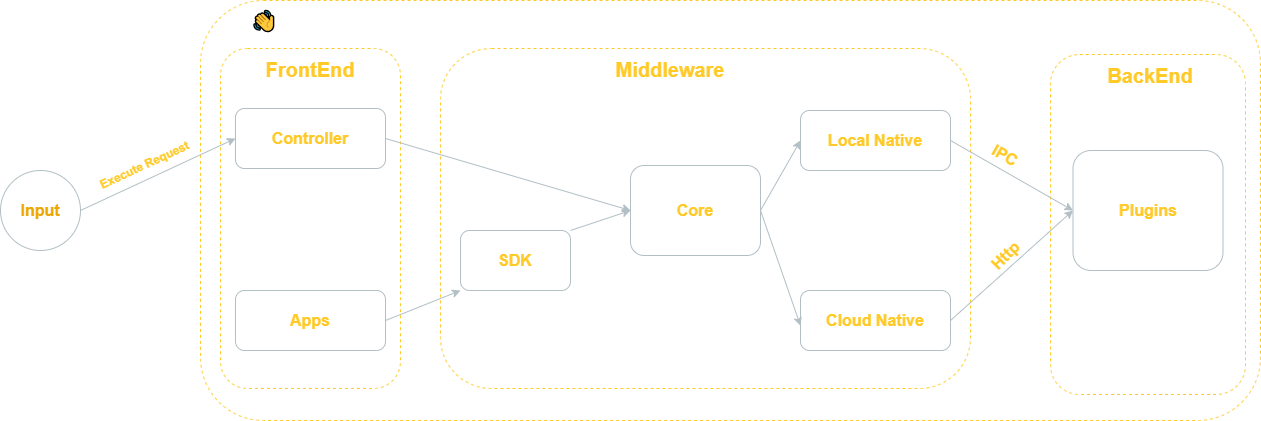
This is docs/docs/developers/img/arch-connection.drawio.png from janhq/jan, a draw.io export, as it was before one commit. Source tidied: cells renumbered, new cells last; positions are measured from the earlier drawing's top-left corner, leaving out a move shared by most shapes.
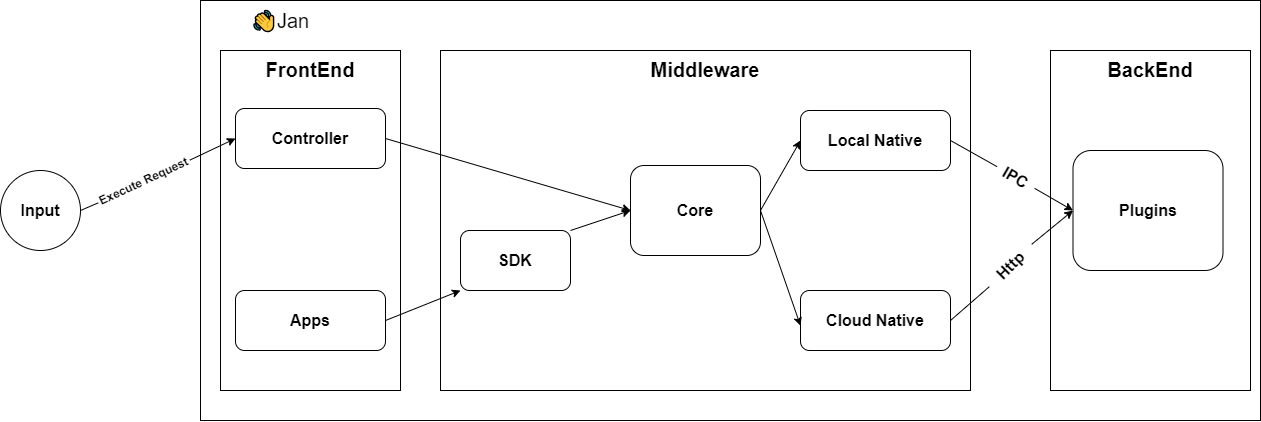
Later version of the same file.

Diff of the diagram source:
```diff
@@ -1,105 +1,114 @@
-<mxGraphModel>
+<mxGraphModel background="#ffffff" shadow="1">
   <root>
     <mxCell id="0" />
     <mxCell id="1" parent="0" />
-    <mxCell id="2" style="rounded=1;whiteSpace=wrap;html=1;fillColor=none;dashed=1;strokeColor=#FFCa28;" parent="1" vertex="1">
-      <mxGeometry x="200" width="1060" height="420" as="geometry" />
-    </mxCell>
-    <mxCell id="3" style="rounded=1;whiteSpace=wrap;html=1;fillColor=none;dashed=1;strokeColor=#FFCa28;" parent="1" vertex="1">
-      <mxGeometry x="220" y="48" width="180" height="340" as="geometry" />
-    </mxCell>
-    <mxCell id="4" style="rounded=1;whiteSpace=wrap;html=1;fillColor=none;dashed=1;strokeColor=#FFCa28;" parent="1" vertex="1">
-      <mxGeometry x="1050" y="54" width="195" height="340" as="geometry" />
-    </mxCell>
-    <mxCell id="5" style="rounded=1;whiteSpace=wrap;html=1;fillColor=none;dashed=1;strokeColor=#FFCa28;" parent="1" vertex="1">
-      <mxGeometry x="440" y="48" width="530" height="340" as="geometry" />
-    </mxCell>
+    <mxCell id="35" style="rounded=0;whiteSpace=wrap;html=1;fillColor=none;strokeColor=#000000;fontColor=#000000;" parent="1" vertex="1">
+      <mxGeometry x="220" y="50" width="180" height="340" as="geometry" />
+    </mxCell>
+    <mxCell id="36" style="rounded=0;whiteSpace=wrap;html=1;fillColor=none;strokeColor=#000000;fontColor=#000000;" parent="1" vertex="1">
+      <mxGeometry x="1050" y="50" width="200" height="340" as="geometry" />
+    </mxCell>
+    <mxCell id="37" style="rounded=0;whiteSpace=wrap;html=1;fillColor=none;strokeColor=#000000;fontColor=#000000;" parent="1" vertex="1">
+      <mxGeometry x="200" width="1060" height="420" as="geometry" />
+    </mxCell>
+    <mxCell id="38" style="rounded=0;whiteSpace=wrap;html=1;fillColor=none;strokeColor=#000000;fontColor=#000000;" parent="1" vertex="1">
+      <mxGeometry x="440" y="50" width="530" height="340" as="geometry" />
+    </mxCell>
-    <mxCell id="6" value="&lt;span style=&quot;font-family: arial, sans-serif; font-size: 20px; text-align: left;&quot;&gt;&lt;font color=&quot;#ffffff&quot; style=&quot;font-size: 20px;&quot;&gt;👋Jan&lt;/font&gt;&lt;/span&gt;" style="text;strokeColor=none;align=center;fillColor=none;html=1;verticalAlign=middle;whiteSpace=wrap;rounded=0;dashed=1;fontColor=#EDA703;labelBackgroundColor=none;fontSize=20;" parent="1" vertex="1">
+    <mxCell id="6" value="&lt;span style=&quot;font-family: arial, sans-serif; font-size: 20px; text-align: left;&quot;&gt;&lt;font style=&quot;font-size: 20px;&quot;&gt;👋Jan&lt;/font&gt;&lt;/span&gt;" style="text;strokeColor=none;align=center;fillColor=none;html=1;verticalAlign=middle;whiteSpace=wrap;rounded=0;dashed=1;fontColor=#000000;labelBackgroundColor=none;fontSize=20;" parent="1" vertex="1">
       <mxGeometry x="240" y="5" width="80" height="30" as="geometry" />
     </mxCell>
-    <mxCell id="7" style="rounded=1;whiteSpace=wrap;html=1;fillColor=none;strokeColor=#B2BFC5;labelBackgroundColor=none;" parent="1" vertex="1">
+    <mxCell id="7" style="rounded=1;whiteSpace=wrap;html=1;fillColor=none;strokeColor=#000000;labelBackgroundColor=none;fontColor=#000000;" parent="1" vertex="1">
       <mxGeometry x="630" y="165" width="130" height="90" as="geometry" />
     </mxCell>
-    <mxCell id="8" value="Core" style="text;html=1;strokeColor=none;fillColor=none;align=center;verticalAlign=middle;whiteSpace=wrap;rounded=0;fontSize=16;fontStyle=1;fontColor=#FFCA28;" parent="7" vertex="1">
+    <mxCell id="8" value="Core" style="text;html=1;strokeColor=none;fillColor=none;align=center;verticalAlign=middle;whiteSpace=wrap;rounded=0;fontSize=16;fontStyle=1;fontColor=#000000;" parent="7" vertex="1">
       <mxGeometry y="29.5" width="130" height="31" as="geometry" />
     </mxCell>
-    <mxCell id="9" style="rounded=1;whiteSpace=wrap;html=1;fillColor=none;strokeColor=#B2BFC5;" parent="1" vertex="1">
+    <mxCell id="9" style="rounded=1;whiteSpace=wrap;html=1;fillColor=none;strokeColor=#000000;fontColor=#000000;" parent="1" vertex="1">
       <mxGeometry x="800" y="110" width="150" height="60" as="geometry" />
     </mxCell>
-    <mxCell id="10" value="Local Native" style="text;html=1;strokeColor=none;fillColor=none;align=center;verticalAlign=middle;whiteSpace=wrap;rounded=0;fontSize=16;fontStyle=1;fontColor=#FFCA28;" parent="9" vertex="1">
+    <mxCell id="10" value="Local Native" style="text;html=1;strokeColor=none;fillColor=none;align=center;verticalAlign=middle;whiteSpace=wrap;rounded=0;fontSize=16;fontStyle=1;fontColor=#000000;" parent="9" vertex="1">
       <mxGeometry y="19.7" width="150" height="20.7" as="geometry" />
     </mxCell>
-    <mxCell id="11" style="rounded=1;whiteSpace=wrap;html=1;fillColor=none;strokeColor=#B2BFC5;" parent="1" vertex="1">
+    <mxCell id="11" style="rounded=1;whiteSpace=wrap;html=1;fillColor=none;strokeColor=#000000;fontColor=#000000;" parent="1" vertex="1">
       <mxGeometry x="800" y="290" width="150" height="60" as="geometry" />
     </mxCell>
-    <mxCell id="12" value="Cloud Native" style="text;html=1;strokeColor=none;fillColor=none;align=center;verticalAlign=middle;whiteSpace=wrap;rounded=0;fontSize=16;fontStyle=1;fontColor=#FFCA28;" parent="11" vertex="1">
+    <mxCell id="12" value="Cloud Native" style="text;html=1;strokeColor=none;fillColor=none;align=center;verticalAlign=middle;whiteSpace=wrap;rounded=0;fontSize=16;fontStyle=1;fontColor=#000000;" parent="11" vertex="1">
       <mxGeometry y="19.7" width="150" height="20.7" as="geometry" />
     </mxCell>
-    <mxCell id="13" style="edgeStyle=none;html=1;exitX=1;exitY=0.5;exitDx=0;exitDy=0;entryX=0;entryY=0.5;entryDx=0;entryDy=0;strokeColor=#B2BFC5;" parent="1" edge="1" source="8" target="10">
+    <mxCell id="13" style="edgeStyle=none;html=1;exitX=1;exitY=0.5;exitDx=0;exitDy=0;entryX=0;entryY=0.5;entryDx=0;entryDy=0;strokeColor=#000000;fontColor=#000000;" parent="1" edge="1" source="8" target="10">
       <mxGeometry relative="1" as="geometry" />
     </mxCell>
-    <mxCell id="14" style="edgeStyle=none;html=1;exitX=1;exitY=0.5;exitDx=0;exitDy=0;entryX=0;entryY=0.75;entryDx=0;entryDy=0;strokeColor=#B2BFC5;" parent="1" edge="1" source="8" target="12">
+    <mxCell id="14" style="edgeStyle=none;html=1;exitX=1;exitY=0.5;exitDx=0;exitDy=0;entryX=0;entryY=0.75;entryDx=0;entryDy=0;strokeColor=#000000;fontColor=#000000;" parent="1" edge="1" source="8" target="12">
       <mxGeometry relative="1" as="geometry" />
     </mxCell>
-    <mxCell id="15" style="rounded=1;whiteSpace=wrap;html=1;fillColor=none;strokeColor=#B2BFC5;" parent="1" vertex="1">
+    <mxCell id="15" style="rounded=1;whiteSpace=wrap;html=1;fillColor=none;strokeColor=#000000;fontColor=#000000;" parent="1" vertex="1">
       <mxGeometry x="1072.5" y="150" width="150" height="120" as="geometry" />
     </mxCell>
-    <mxCell id="16" value="Plugins" style="text;html=1;strokeColor=none;fillColor=none;align=center;verticalAlign=middle;whiteSpace=wrap;rounded=0;fontSize=16;fontStyle=1;fontColor=#FFCA28;" parent="15" vertex="1">
+    <mxCell id="16" value="Plugins" style="text;html=1;strokeColor=none;fillColor=none;align=center;verticalAlign=middle;whiteSpace=wrap;rounded=0;fontSize=16;fontStyle=1;fontColor=#000000;" parent="15" vertex="1">
       <mxGeometry y="39.3" width="150" height="41.4" as="geometry" />
     </mxCell>
-    <mxCell id="17" style="edgeStyle=none;html=1;exitX=1;exitY=0.5;exitDx=0;exitDy=0;entryX=0;entryY=0.5;entryDx=0;entryDy=0;strokeColor=#B2BFC5;" parent="1" edge="1" source="10" target="16">
+    <mxCell id="17" style="edgeStyle=none;html=1;exitX=1;exitY=0.5;exitDx=0;exitDy=0;entryX=0;entryY=0.5;entryDx=0;entryDy=0;strokeColor=#000000;fontColor=#000000;startArrow=none;" parent="1" edge="1" source="19" target="16">
       <mxGeometry relative="1" as="geometry" />
     </mxCell>
-    <mxCell id="18" style="edgeStyle=none;html=1;exitX=1;exitY=0.5;exitDx=0;exitDy=0;entryX=0;entryY=0.5;entryDx=0;entryDy=0;strokeColor=#B2BFC5;" parent="1" edge="1" source="12" target="16">
+    <mxCell id="18" style="edgeStyle=none;html=1;exitX=1;exitY=0.5;exitDx=0;exitDy=0;entryX=0;entryY=0.5;entryDx=0;entryDy=0;strokeColor=#000000;fontColor=#000000;startArrow=none;" parent="1" edge="1" source="20" target="16">
       <mxGeometry relative="1" as="geometry" />
     </mxCell>
-    <mxCell id="19" value="IPC" style="text;html=1;strokeColor=none;fillColor=none;align=center;verticalAlign=middle;whiteSpace=wrap;rounded=0;fontSize=16;fontStyle=1;fontColor=#FFCA28;rotation=30;" parent="1" vertex="1">
-      <mxGeometry x="950" y="140" width="110" height="30" as="geometry" />
-    </mxCell>
-    <mxCell id="20" value="Http" style="text;html=1;strokeColor=none;fillColor=none;align=center;verticalAlign=middle;whiteSpace=wrap;rounded=0;fontSize=16;fontStyle=1;fontColor=#FFCA28;rotation=-45;" parent="1" vertex="1">
-      <mxGeometry x="950" y="240" width="110" height="30" as="geometry" />
-    </mxCell>
-    <mxCell id="21" style="edgeStyle=none;html=1;exitX=1;exitY=0.5;exitDx=0;exitDy=0;entryX=0;entryY=0.5;entryDx=0;entryDy=0;labelBackgroundColor=none;strokeColor=#B2BFC5;" parent="1" edge="1" source="22" target="29">
+    <mxCell id="21" style="edgeStyle=none;html=1;exitX=1;exitY=0.5;exitDx=0;exitDy=0;entryX=0;entryY=0.5;entryDx=0;entryDy=0;labelBackgroundColor=none;strokeColor=#000000;fontColor=#000000;startArrow=none;" parent="1" edge="1" source="31" target="29">
       <mxGeometry relative="1" as="geometry" />
     </mxCell>
-    <mxCell id="22" value="&lt;b&gt;Input&lt;/b&gt;" style="ellipse;whiteSpace=wrap;html=1;labelBackgroundColor=none;fontSize=16;fontColor=#EDA703;fillColor=none;strokeColor=#B2BFC5;" parent="1" vertex="1">
+    <mxCell id="22" value="&lt;b&gt;Input&lt;/b&gt;" style="ellipse;whiteSpace=wrap;html=1;labelBackgroundColor=none;fontSize=16;fontColor=#000000;fillColor=none;strokeColor=#000000;" parent="1" vertex="1">
       <mxGeometry y="170" width="80" height="80" as="geometry" />
     </mxCell>
-    <mxCell id="23" value="&lt;div style=&quot;text-align: left;&quot;&gt;&lt;span style=&quot;background-color: initial;&quot;&gt;&lt;font face=&quot;arial, sans-serif&quot;&gt;Middleware&lt;/font&gt;&lt;/span&gt;&lt;/div&gt;" style="text;strokeColor=none;align=center;fillColor=none;html=1;verticalAlign=middle;whiteSpace=wrap;rounded=0;dashed=1;fontColor=#FFCA28;labelBackgroundColor=none;fontSize=20;fontStyle=1;" parent="1" vertex="1">
-      <mxGeometry x="580" y="54" width="180" height="30" as="geometry" />
+    <mxCell id="23" value="&lt;div style=&quot;text-align: left;&quot;&gt;&lt;span style=&quot;background-color: initial;&quot;&gt;&lt;font face=&quot;arial, sans-serif&quot;&gt;Middleware&lt;/font&gt;&lt;/span&gt;&lt;/div&gt;" style="text;strokeColor=none;align=center;fillColor=none;html=1;verticalAlign=middle;whiteSpace=wrap;rounded=0;dashed=1;fontColor=#000000;labelBackgroundColor=none;fontSize=20;fontStyle=1;" parent="1" vertex="1">
+      <mxGeometry x="615" y="54" width="180" height="30" as="geometry" />
     </mxCell>
-    <mxCell id="24" value="&lt;div style=&quot;text-align: left;&quot;&gt;&lt;span style=&quot;background-color: initial;&quot;&gt;&lt;font face=&quot;arial, sans-serif&quot;&gt;FrontEnd&lt;/font&gt;&lt;/span&gt;&lt;/div&gt;" style="text;strokeColor=none;align=center;fillColor=none;html=1;verticalAlign=middle;whiteSpace=wrap;rounded=0;dashed=1;fontColor=#FFCA28;labelBackgroundColor=none;fontSize=20;fontStyle=1;" parent="1" vertex="1">
+    <mxCell id="24" value="&lt;div style=&quot;text-align: left;&quot;&gt;&lt;span style=&quot;background-color: initial;&quot;&gt;&lt;font face=&quot;arial, sans-serif&quot;&gt;FrontEnd&lt;/font&gt;&lt;/span&gt;&lt;/div&gt;" style="text;strokeColor=none;align=center;fillColor=none;html=1;verticalAlign=middle;whiteSpace=wrap;rounded=0;dashed=1;fontColor=#000000;labelBackgroundColor=none;fontSize=20;fontStyle=1;" parent="1" vertex="1">
       <mxGeometry x="220" y="54" width="180" height="30" as="geometry" />
     </mxCell>
-    <mxCell id="25" value="&lt;div style=&quot;text-align: left;&quot;&gt;&lt;span style=&quot;background-color: initial;&quot;&gt;&lt;font face=&quot;arial, sans-serif&quot;&gt;BackEnd&lt;/font&gt;&lt;/span&gt;&lt;/div&gt;" style="text;strokeColor=none;align=center;fillColor=none;html=1;verticalAlign=middle;whiteSpace=wrap;rounded=0;dashed=1;fontColor=#FFCA28;labelBackgroundColor=none;fontSize=20;fontStyle=1;" parent="1" vertex="1">
-      <mxGeometry x="1060" y="60" width="180" height="30" as="geometry" />
+    <mxCell id="25" value="&lt;div style=&quot;text-align: left;&quot;&gt;&lt;span style=&quot;background-color: initial;&quot;&gt;&lt;font face=&quot;arial, sans-serif&quot;&gt;BackEnd&lt;/font&gt;&lt;/span&gt;&lt;/div&gt;" style="text;strokeColor=none;align=center;fillColor=none;html=1;verticalAlign=middle;whiteSpace=wrap;rounded=0;dashed=1;fontColor=#000000;labelBackgroundColor=none;fontSize=20;fontStyle=1;" parent="1" vertex="1">
+      <mxGeometry x="1060" y="54" width="180" height="30" as="geometry" />
     </mxCell>
-    <mxCell id="26" style="rounded=1;whiteSpace=wrap;html=1;fillColor=none;strokeColor=#B2BFC5;labelBackgroundColor=none;" parent="1" vertex="1">
+    <mxCell id="26" style="rounded=1;whiteSpace=wrap;html=1;fillColor=none;strokeColor=#000000;labelBackgroundColor=none;fontColor=#000000;" parent="1" vertex="1">
       <mxGeometry x="235" y="290" width="150" height="60" as="geometry" />
     </mxCell>
-    <mxCell id="27" value="Apps" style="text;html=1;strokeColor=none;fillColor=none;align=center;verticalAlign=middle;whiteSpace=wrap;rounded=0;fontSize=16;fontStyle=1;fontColor=#FFCA28;" parent="26" vertex="1">
+    <mxCell id="27" value="Apps" style="text;html=1;strokeColor=none;fillColor=none;align=center;verticalAlign=middle;whiteSpace=wrap;rounded=0;fontSize=16;fontStyle=1;fontColor=#000000;" parent="26" vertex="1">
       <mxGeometry y="19.6" width="150" height="20.7" as="geometry" />
     </mxCell>
-    <mxCell id="28" style="rounded=1;whiteSpace=wrap;html=1;fillColor=none;strokeColor=#B2BFC5;labelBackgroundColor=none;" parent="1" vertex="1">
+    <mxCell id="28" style="rounded=1;whiteSpace=wrap;html=1;fillColor=none;strokeColor=#000000;labelBackgroundColor=none;fontColor=#000000;" parent="1" vertex="1">
       <mxGeometry x="235" y="108" width="150" height="60" as="geometry" />
     </mxCell>
-    <mxCell id="29" value="Controller" style="text;html=1;strokeColor=none;fillColor=none;align=center;verticalAlign=middle;whiteSpace=wrap;rounded=0;fontSize=16;fontStyle=1;fontColor=#FFCA28;" parent="28" vertex="1">
+    <mxCell id="29" value="Controller" style="text;html=1;strokeColor=none;fillColor=none;align=center;verticalAlign=middle;whiteSpace=wrap;rounded=0;fontSize=16;fontStyle=1;fontColor=#000000;" parent="28" vertex="1">
       <mxGeometry y="19.7" width="150" height="20.7" as="geometry" />
     </mxCell>
-    <mxCell id="30" style="edgeStyle=none;html=1;exitX=1;exitY=0.5;exitDx=0;exitDy=0;entryX=0;entryY=0.5;entryDx=0;entryDy=0;labelBackgroundColor=none;strokeColor=#B2BFC5;" parent="1" edge="1" source="29" target="8">
+    <mxCell id="30" style="edgeStyle=none;html=1;exitX=1;exitY=0.5;exitDx=0;exitDy=0;entryX=0;entryY=0.5;entryDx=0;entryDy=0;labelBackgroundColor=none;strokeColor=#000000;fontColor=#000000;" parent="1" edge="1" source="29" target="8">
       <mxGeometry relative="1" as="geometry" />
     </mxCell>
-    <mxCell id="31" value="Execute Request" style="text;html=1;strokeColor=none;fillColor=none;align=center;verticalAlign=middle;whiteSpace=wrap;rounded=0;fontSize=12;fontStyle=1;fontColor=#FFCA28;rotation=335;" parent="1" vertex="1">
-      <mxGeometry x="80" y="140" width="128.7" height="50" as="geometry" />
-    </mxCell>
-    <mxCell id="32" style="edgeStyle=none;html=1;exitX=1;exitY=0;exitDx=0;exitDy=0;entryX=0;entryY=0.5;entryDx=0;entryDy=0;labelBackgroundColor=none;strokeColor=#B2BFC5;" parent="1" edge="1" source="33" target="8">
+    <mxCell id="32" style="edgeStyle=none;html=1;exitX=1;exitY=0;exitDx=0;exitDy=0;entryX=0;entryY=0.5;entryDx=0;entryDy=0;labelBackgroundColor=none;strokeColor=#000000;fontColor=#000000;" parent="1" edge="1" source="33" target="8">
       <mxGeometry relative="1" as="geometry" />
     </mxCell>
-    <mxCell id="33" value="&lt;font color=&quot;#ffca28&quot; style=&quot;font-size: 16px;&quot;&gt;&lt;b&gt;SDK&lt;/b&gt;&lt;/font&gt;" style="rounded=1;whiteSpace=wrap;html=1;fillColor=none;labelBackgroundColor=none;strokeColor=#B2BFC5;" parent="1" vertex="1">
+    <mxCell id="33" value="&lt;font style=&quot;font-size: 16px;&quot;&gt;&lt;b&gt;SDK&lt;/b&gt;&lt;/font&gt;" style="rounded=1;whiteSpace=wrap;html=1;fillColor=none;labelBackgroundColor=none;strokeColor=#000000;fontColor=#000000;" parent="1" vertex="1">
       <mxGeometry x="460" y="230" width="110" height="60" as="geometry" />
     </mxCell>
-    <mxCell id="34" style="edgeStyle=none;html=1;exitX=1;exitY=0.5;exitDx=0;exitDy=0;entryX=0;entryY=1;entryDx=0;entryDy=0;labelBackgroundColor=none;strokeColor=#B2BFC5;" parent="1" edge="1" source="27" target="33">
+    <mxCell id="34" style="edgeStyle=none;html=1;exitX=1;exitY=0.5;exitDx=0;exitDy=0;entryX=0;entryY=1;entryDx=0;entryDy=0;labelBackgroundColor=none;strokeColor=#000000;fontColor=#000000;" parent="1" edge="1" source="27" target="33">
       <mxGeometry relative="1" as="geometry" />
     </mxCell>
+    <mxCell id="39" style="edgeStyle=none;html=1;exitX=1;exitY=0.5;exitDx=0;exitDy=0;entryX=0;entryY=0.5;entryDx=0;entryDy=0;strokeColor=#000000;fontColor=#000000;endArrow=none;" parent="1" edge="1" source="12" target="20">
+      <mxGeometry relative="1" as="geometry" />
+    </mxCell>
+    <mxCell id="20" value="Http" style="text;html=1;strokeColor=none;fillColor=none;align=center;verticalAlign=middle;whiteSpace=wrap;rounded=0;fontSize=16;fontStyle=1;fontColor=#000000;rotation=-45;" parent="1" vertex="1">
+      <mxGeometry x="980" y="250" width="60" height="30" as="geometry" />
+    </mxCell>
+    <mxCell id="40" style="edgeStyle=none;html=1;exitX=1;exitY=0.5;exitDx=0;exitDy=0;entryX=0;entryY=0.5;entryDx=0;entryDy=0;strokeColor=#000000;fontColor=#000000;endArrow=none;" parent="1" edge="1" source="10" target="19">
+      <mxGeometry relative="1" as="geometry" />
+    </mxCell>
+    <mxCell id="19" value="IPC" style="text;html=1;strokeColor=none;fillColor=none;align=center;verticalAlign=middle;whiteSpace=wrap;rounded=0;fontSize=16;fontStyle=1;fontColor=#000000;rotation=30;" parent="1" vertex="1">
+      <mxGeometry x="993.6" y="162" width="43.4" height="30" as="geometry" />
+    </mxCell>
+    <mxCell id="41" style="edgeStyle=none;html=1;exitX=1;exitY=0.5;exitDx=0;exitDy=0;entryX=0;entryY=0.5;entryDx=0;entryDy=0;labelBackgroundColor=none;strokeColor=#000000;fontColor=#000000;endArrow=none;" parent="1" edge="1" source="22" target="31">
+      <mxGeometry relative="1" as="geometry" />
+    </mxCell>
+    <mxCell id="31" value="Execute Request" style="text;html=1;strokeColor=none;fillColor=none;align=center;verticalAlign=middle;whiteSpace=wrap;rounded=0;fontSize=12;fontStyle=1;fontColor=#000000;rotation=335;" parent="1" vertex="1">
+      <mxGeometry x="93.1" y="156" width="100.9" height="50" as="geometry" />
+    </mxCell>
   </root>
 </mxGraphModel>
```
